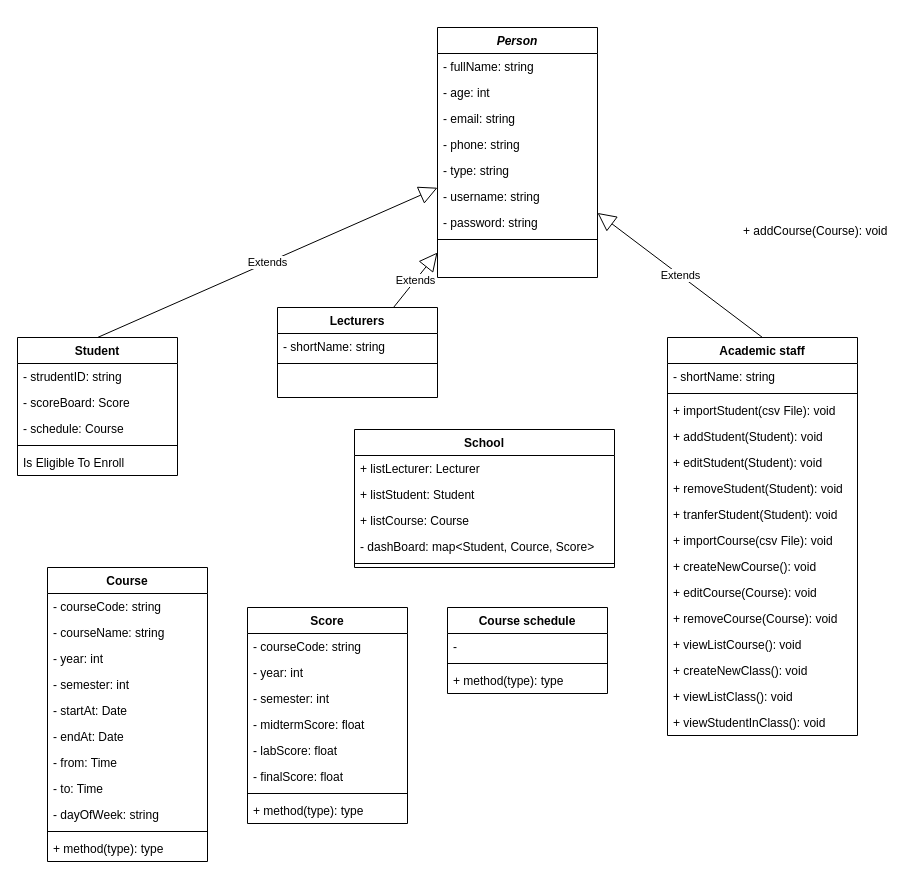
TrungNgoVan/Project_SMSystem keeps this draw.io diagram as Design/Design.drawio. Above is the earlier version. Source tidied: cells renumbered, new cells numbered last; positions are measured from the earlier drawing's top-left corner, leaving out a move shared by most shapes. Both pictures are drawn from the tidied source at 100%, with x=0, y=0 at pixel (17, 27).
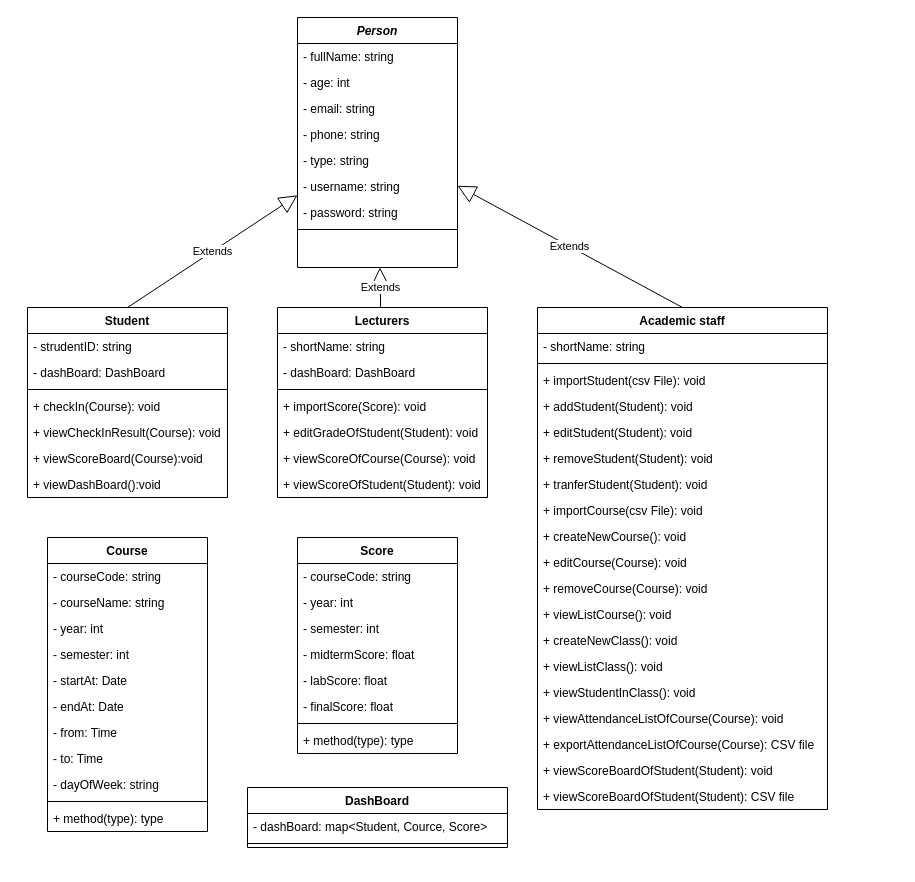
Above is the later version.

Diff of the diagram source:
```diff
@@
     <mxCell id="2" value="Person" style="swimlane;fontStyle=3;align=center;verticalAlign=top;horizontal=1;startSize=26;rounded=0;shadow=0;strokeWidth=1;" parent="1" vertex="1">
-      <mxGeometry x="420" width="160" height="250" as="geometry" />
+      <mxGeometry x="280" y="-10" width="160" height="250" as="geometry" />
     </mxCell>
@@
     <mxCell id="11" value="Student" style="swimlane;fontStyle=1;align=center;verticalAlign=top;horizontal=1;startSize=26;rounded=0;shadow=0;strokeWidth=1;" parent="1" vertex="1">
-      <mxGeometry y="310" width="160" height="138" as="geometry" />
+      <mxGeometry x="10" y="280" width="200" height="190" as="geometry" />
     </mxCell>
     <mxCell id="12" value="- strudentID: string" style="text;align=left;verticalAlign=top;spacingLeft=4;spacingRight=4;overflow=hidden;" parent="11" vertex="1">
-      <mxGeometry y="26" width="160" height="26" as="geometry" />
+      <mxGeometry y="26" width="200" height="26" as="geometry" />
     </mxCell>
-    <mxCell id="13" value="- scoreBoard: Score" style="text;strokeColor=none;fillColor=none;align=left;verticalAlign=top;spacingLeft=4;spacingRight=4;overflow=hidden;" parent="11" vertex="1">
-      <mxGeometry y="52" width="160" height="26" as="geometry" />
+    <mxCell id="13" value="- dashBoard: DashBoard" style="text;strokeColor=none;fillColor=none;align=left;verticalAlign=top;spacingLeft=4;spacingRight=4;overflow=hidden;" parent="11" vertex="1">
+      <mxGeometry y="52" width="200" height="26" as="geometry" />
     </mxCell>
-    <mxCell id="14" value="- schedule: Course" style="text;strokeColor=none;fillColor=none;align=left;verticalAlign=top;spacingLeft=4;spacingRight=4;overflow=hidden;" parent="11" vertex="1">
-      <mxGeometry y="78" width="160" height="26" as="geometry" />
-    </mxCell>
     <mxCell id="15" style="line;html=1;strokeWidth=1;align=left;verticalAlign=middle;spacingTop=-1;spacingLeft=3;spacingRight=3;labelPosition=right;" parent="11" vertex="1">
-      <mxGeometry y="104" width="160" height="8" as="geometry" />
+      <mxGeometry y="78" width="200" height="8" as="geometry" />
     </mxCell>
-    <mxCell id="16" value="Is Eligible To Enroll" style="text;align=left;verticalAlign=top;spacingLeft=4;spacingRight=4;overflow=hidden;fontStyle=0;" parent="11" vertex="1">
-      <mxGeometry y="112" width="160" height="26" as="geometry" />
-    </mxCell>
+    <mxCell id="71" value="+ checkIn(Course): void" style="text;strokeColor=none;fillColor=none;align=left;verticalAlign=top;spacingLeft=4;spacingRight=4;overflow=hidden;" parent="11" vertex="1">
+      <mxGeometry y="86" width="200" height="26" as="geometry" />
+    </mxCell>
+    <mxCell id="72" value="+ viewCheckInResult(Course): void" style="text;strokeColor=none;fillColor=none;align=left;verticalAlign=top;spacingLeft=4;spacingRight=4;overflow=hidden;" parent="11" vertex="1">
+      <mxGeometry y="112" width="200" height="26" as="geometry" />
+    </mxCell>
+    <mxCell id="73" value="+ viewScoreBoard(Course):void" style="text;strokeColor=none;fillColor=none;align=left;verticalAlign=top;spacingLeft=4;spacingRight=4;overflow=hidden;" parent="11" vertex="1">
+      <mxGeometry y="138" width="200" height="26" as="geometry" />
+    </mxCell>
+    <mxCell id="74" value="+ viewDashBoard():void" style="text;strokeColor=none;fillColor=none;align=left;verticalAlign=top;spacingLeft=4;spacingRight=4;overflow=hidden;" parent="11" vertex="1">
+      <mxGeometry y="164" width="200" height="26" as="geometry" />
+    </mxCell>
     <mxCell id="17" value="Lecturers" style="swimlane;fontStyle=1;align=center;verticalAlign=top;horizontal=1;startSize=26;rounded=0;shadow=0;strokeWidth=1;" parent="1" vertex="1">
-      <mxGeometry x="260" y="280" width="160" height="90" as="geometry" />
+      <mxGeometry x="260" y="280" width="210" height="190" as="geometry" />
     </mxCell>
     <mxCell id="18" value="- shortName: string" style="text;align=left;verticalAlign=top;spacingLeft=4;spacingRight=4;overflow=hidden;" parent="17" vertex="1">
-      <mxGeometry y="26" width="160" height="26" as="geometry" />
+      <mxGeometry y="26" width="210" height="26" as="geometry" />
     </mxCell>
+    <mxCell id="75" value="- dashBoard: DashBoard" style="text;strokeColor=none;fillColor=none;align=left;verticalAlign=top;spacingLeft=4;spacingRight=4;overflow=hidden;" parent="17" vertex="1">
+      <mxGeometry y="52" width="210" height="26" as="geometry" />
+    </mxCell>
     <mxCell id="19" style="line;html=1;strokeWidth=1;align=left;verticalAlign=middle;spacingTop=-1;spacingLeft=3;spacingRight=3;labelPosition=right;" parent="17" vertex="1">
-      <mxGeometry y="52" width="160" height="8" as="geometry" />
+      <mxGeometry y="78" width="210" height="8" as="geometry" />
     </mxCell>
+    <mxCell id="76" value="+ importScore(Score): void&#10;" style="text;strokeColor=none;fillColor=none;align=left;verticalAlign=top;spacingLeft=4;spacingRight=4;overflow=hidden;" parent="17" vertex="1">
+      <mxGeometry y="86" width="210" height="26" as="geometry" />
+    </mxCell>
+    <mxCell id="77" value="+ editGradeOfStudent(Student): void" style="text;strokeColor=none;fillColor=none;align=left;verticalAlign=top;spacingLeft=4;spacingRight=4;overflow=hidden;" parent="17" vertex="1">
+      <mxGeometry y="112" width="210" height="26" as="geometry" />
+    </mxCell>
+    <mxCell id="78" value="+ viewScoreOfCourse(Course): void" style="text;strokeColor=none;fillColor=none;align=left;verticalAlign=top;spacingLeft=4;spacingRight=4;overflow=hidden;" parent="17" vertex="1">
+      <mxGeometry y="138" width="210" height="26" as="geometry" />
+    </mxCell>
+    <mxCell id="79" value="+ viewScoreOfStudent(Student): void" style="text;strokeColor=none;fillColor=none;align=left;verticalAlign=top;spacingLeft=4;spacingRight=4;overflow=hidden;" parent="17" vertex="1">
+      <mxGeometry y="164" width="210" height="26" as="geometry" />
+    </mxCell>
@@
     <mxCell id="22" value="Academic staff" style="swimlane;fontStyle=1;align=center;verticalAlign=top;horizontal=1;startSize=26;" parent="1" vertex="1">
-      <mxGeometry x="650" y="310" width="190" height="398" as="geometry" />
+      <mxGeometry x="520" y="280" width="290" height="502" as="geometry" />
     </mxCell>
     <mxCell id="23" value="- shortName: string&#10;" style="text;strokeColor=none;fillColor=none;align=left;verticalAlign=top;spacingLeft=4;spacingRight=4;overflow=hidden;" parent="22" vertex="1">
-      <mxGeometry y="26" width="190" height="26" as="geometry" />
+      <mxGeometry y="26" width="290" height="26" as="geometry" />
     </mxCell>
     <mxCell id="24" style="line;strokeWidth=1;fillColor=none;align=left;verticalAlign=middle;spacingTop=-1;spacingLeft=3;spacingRight=3;labelPosition=right;strokeColor=inherit;" parent="22" vertex="1">
-      <mxGeometry y="52" width="190" height="8" as="geometry" />
+      <mxGeometry y="52" width="290" height="8" as="geometry" />
     </mxCell>
     <mxCell id="25" value="+ importStudent(csv File): void&#10;" style="text;strokeColor=none;fillColor=none;align=left;verticalAlign=top;spacingLeft=4;spacingRight=4;overflow=hidden;" parent="22" vertex="1">
-      <mxGeometry y="60" width="190" height="26" as="geometry" />
+      <mxGeometry y="60" width="290" height="26" as="geometry" />
     </mxCell>
     <mxCell id="26" value="+ addStudent(Student): void" style="text;strokeColor=none;fillColor=none;align=left;verticalAlign=top;spacingLeft=4;spacingRight=4;overflow=hidden;" parent="22" vertex="1">
-      <mxGeometry y="86" width="190" height="26" as="geometry" />
+      <mxGeometry y="86" width="290" height="26" as="geometry" />
     </mxCell>
     <mxCell id="27" value="+ editStudent(Student): void" style="text;strokeColor=none;fillColor=none;align=left;verticalAlign=top;spacingLeft=4;spacingRight=4;overflow=hidden;" parent="22" vertex="1">
-      <mxGeometry y="112" width="190" height="26" as="geometry" />
+      <mxGeometry y="112" width="290" height="26" as="geometry" />
     </mxCell>
     <mxCell id="28" value="+ removeStudent(Student): void" style="text;strokeColor=none;fillColor=none;align=left;verticalAlign=top;spacingLeft=4;spacingRight=4;overflow=hidden;" parent="22" vertex="1">
-      <mxGeometry y="138" width="190" height="26" as="geometry" />
+      <mxGeometry y="138" width="290" height="26" as="geometry" />
     </mxCell>
     <mxCell id="29" value="+ tranferStudent(Student): void" style="text;strokeColor=none;fillColor=none;align=left;verticalAlign=top;spacingLeft=4;spacingRight=4;overflow=hidden;" parent="22" vertex="1">
-      <mxGeometry y="164" width="190" height="26" as="geometry" />
+      <mxGeometry y="164" width="290" height="26" as="geometry" />
     </mxCell>
     <mxCell id="30" value="+ importCourse(csv File): void&#10;" style="text;strokeColor=none;fillColor=none;align=left;verticalAlign=top;spacingLeft=4;spacingRight=4;overflow=hidden;" parent="22" vertex="1">
-      <mxGeometry y="190" width="190" height="26" as="geometry" />
+      <mxGeometry y="190" width="290" height="26" as="geometry" />
     </mxCell>
     <mxCell id="31" value="+ createNewCourse(): void" style="text;strokeColor=none;fillColor=none;align=left;verticalAlign=top;spacingLeft=4;spacingRight=4;overflow=hidden;" parent="22" vertex="1">
-      <mxGeometry y="216" width="190" height="26" as="geometry" />
+      <mxGeometry y="216" width="290" height="26" as="geometry" />
     </mxCell>
     <mxCell id="32" value="+ editCourse(Course): void" style="text;strokeColor=none;fillColor=none;align=left;verticalAlign=top;spacingLeft=4;spacingRight=4;overflow=hidden;" parent="22" vertex="1">
-      <mxGeometry y="242" width="190" height="26" as="geometry" />
+      <mxGeometry y="242" width="290" height="26" as="geometry" />
     </mxCell>
     <mxCell id="33" value="+ removeCourse(Course): void" style="text;strokeColor=none;fillColor=none;align=left;verticalAlign=top;spacingLeft=4;spacingRight=4;overflow=hidden;" parent="22" vertex="1">
-      <mxGeometry y="268" width="190" height="26" as="geometry" />
+      <mxGeometry y="268" width="290" height="26" as="geometry" />
     </mxCell>
     <mxCell id="34" value="+ viewListCourse(): void" style="text;strokeColor=none;fillColor=none;align=left;verticalAlign=top;spacingLeft=4;spacingRight=4;overflow=hidden;" parent="22" vertex="1">
-      <mxGeometry y="294" width="190" height="26" as="geometry" />
+      <mxGeometry y="294" width="290" height="26" as="geometry" />
     </mxCell>
     <mxCell id="35" value="+ createNewClass(): void" style="text;strokeColor=none;fillColor=none;align=left;verticalAlign=top;spacingLeft=4;spacingRight=4;overflow=hidden;" parent="22" vertex="1">
-      <mxGeometry y="320" width="190" height="26" as="geometry" />
+      <mxGeometry y="320" width="290" height="26" as="geometry" />
     </mxCell>
     <mxCell id="36" value="+ viewListClass(): void" style="text;strokeColor=none;fillColor=none;align=left;verticalAlign=top;spacingLeft=4;spacingRight=4;overflow=hidden;" parent="22" vertex="1">
-      <mxGeometry y="346" width="190" height="26" as="geometry" />
+      <mxGeometry y="346" width="290" height="26" as="geometry" />
     </mxCell>
     <mxCell id="37" value="+ viewStudentInClass(): void" style="text;strokeColor=none;fillColor=none;align=left;verticalAlign=top;spacingLeft=4;spacingRight=4;overflow=hidden;" parent="22" vertex="1">
-      <mxGeometry y="372" width="190" height="26" as="geometry" />
+      <mxGeometry y="372" width="290" height="26" as="geometry" />
     </mxCell>
+    <mxCell id="80" value="+ viewAttendanceListOfCourse(Course): void" style="text;strokeColor=none;fillColor=none;align=left;verticalAlign=top;spacingLeft=4;spacingRight=4;overflow=hidden;" parent="22" vertex="1">
+      <mxGeometry y="398" width="290" height="26" as="geometry" />
+    </mxCell>
+    <mxCell id="81" value="+ exportAttendanceListOfCourse(Course): CSV file" style="text;strokeColor=none;fillColor=none;align=left;verticalAlign=top;spacingLeft=4;spacingRight=4;overflow=hidden;" parent="22" vertex="1">
+      <mxGeometry y="424" width="290" height="26" as="geometry" />
+    </mxCell>
+    <mxCell id="82" value="+ viewScoreBoardOfStudent(Student): void" style="text;strokeColor=none;fillColor=none;align=left;verticalAlign=top;spacingLeft=4;spacingRight=4;overflow=hidden;" parent="22" vertex="1">
+      <mxGeometry y="450" width="290" height="26" as="geometry" />
+    </mxCell>
+    <mxCell id="83" value="+ viewScoreBoardOfStudent(Student): CSV file" style="text;strokeColor=none;fillColor=none;align=left;verticalAlign=top;spacingLeft=4;spacingRight=4;overflow=hidden;" parent="22" vertex="1">
+      <mxGeometry y="476" width="290" height="26" as="geometry" />
+    </mxCell>
@@
     <mxCell id="39" value="Score" style="swimlane;fontStyle=1;align=center;verticalAlign=top;horizontal=1;startSize=26;" parent="1" vertex="1">
-      <mxGeometry x="230" y="580" width="160" height="216" as="geometry" />
+      <mxGeometry x="280" y="510" width="160" height="216" as="geometry" />
     </mxCell>
@@
     <mxCell id="48" value="Course" style="swimlane;fontStyle=1;align=center;verticalAlign=top;horizontal=1;startSize=26;" parent="1" vertex="1">
-      <mxGeometry x="30" y="540" width="160" height="294" as="geometry" />
+      <mxGeometry x="30" y="510" width="160" height="294" as="geometry" />
     </mxCell>
@@
-    <mxCell id="60" value="+ addCourse(Course): void" style="text;strokeColor=none;fillColor=none;align=left;verticalAlign=top;spacingLeft=4;spacingRight=4;overflow=hidden;" parent="1" vertex="1">
-      <mxGeometry x="720" y="190" width="160" height="26" as="geometry" />
-    </mxCell>
-    <mxCell id="61" value="Course schedule" style="swimlane;fontStyle=1;align=center;verticalAlign=top;horizontal=1;startSize=26;" parent="1" vertex="1">
-      <mxGeometry x="430" y="580" width="160" height="86" as="geometry" />
-    </mxCell>
-    <mxCell id="62" value="-" style="text;strokeColor=none;fillColor=none;align=left;verticalAlign=top;spacingLeft=4;spacingRight=4;overflow=hidden;" parent="61" vertex="1">
-      <mxGeometry y="26" width="160" height="26" as="geometry" />
-    </mxCell>
-    <mxCell id="63" style="line;strokeWidth=1;fillColor=none;align=left;verticalAlign=middle;spacingTop=-1;spacingLeft=3;spacingRight=3;labelPosition=right;strokeColor=inherit;" parent="61" vertex="1">
-      <mxGeometry y="52" width="160" height="8" as="geometry" />
-    </mxCell>
-    <mxCell id="64" value="+ method(type): type" style="text;strokeColor=none;fillColor=none;align=left;verticalAlign=top;spacingLeft=4;spacingRight=4;overflow=hidden;" parent="61" vertex="1">
-      <mxGeometry y="60" width="160" height="26" as="geometry" />
-    </mxCell>
-    <mxCell id="65" value="School" style="swimlane;fontStyle=1;align=center;verticalAlign=top;horizontal=1;startSize=26;" parent="1" vertex="1">
-      <mxGeometry x="337" y="402" width="260" height="138" as="geometry" />
+    <mxCell id="65" value="DashBoard" style="swimlane;fontStyle=1;align=center;verticalAlign=top;horizontal=1;startSize=26;" parent="1" vertex="1">
+      <mxGeometry x="230" y="760" width="260" height="60" as="geometry" />
     </mxCell>
-    <mxCell id="66" value="+ listLecturer: Lecturer" style="text;strokeColor=none;fillColor=none;align=left;verticalAlign=top;spacingLeft=4;spacingRight=4;overflow=hidden;" parent="65" vertex="1">
-      <mxGeometry y="26" width="260" height="26" as="geometry" />
-    </mxCell>
-    <mxCell id="67" value="+ listStudent: Student" style="text;strokeColor=none;fillColor=none;align=left;verticalAlign=top;spacingLeft=4;spacingRight=4;overflow=hidden;" parent="65" vertex="1">
-      <mxGeometry y="52" width="260" height="26" as="geometry" />
-    </mxCell>
-    <mxCell id="68" value="+ listCourse: Course" style="text;strokeColor=none;fillColor=none;align=left;verticalAlign=top;spacingLeft=4;spacingRight=4;overflow=hidden;" parent="65" vertex="1">
-      <mxGeometry y="78" width="260" height="26" as="geometry" />
-    </mxCell>
     <mxCell id="69" value="- dashBoard: map&lt;Student, Cource, Score&gt;" style="text;strokeColor=none;fillColor=none;align=left;verticalAlign=top;spacingLeft=4;spacingRight=4;overflow=hidden;" parent="65" vertex="1">
-      <mxGeometry y="104" width="260" height="26" as="geometry" />
+      <mxGeometry y="26" width="260" height="26" as="geometry" />
     </mxCell>
     <mxCell id="70" style="line;strokeWidth=1;fillColor=none;align=left;verticalAlign=middle;spacingTop=-1;spacingLeft=3;spacingRight=3;labelPosition=right;strokeColor=inherit;" parent="65" vertex="1">
-      <mxGeometry y="130" width="260" height="8" as="geometry" />
+      <mxGeometry y="52" width="260" height="8" as="geometry" />
     </mxCell>
```
